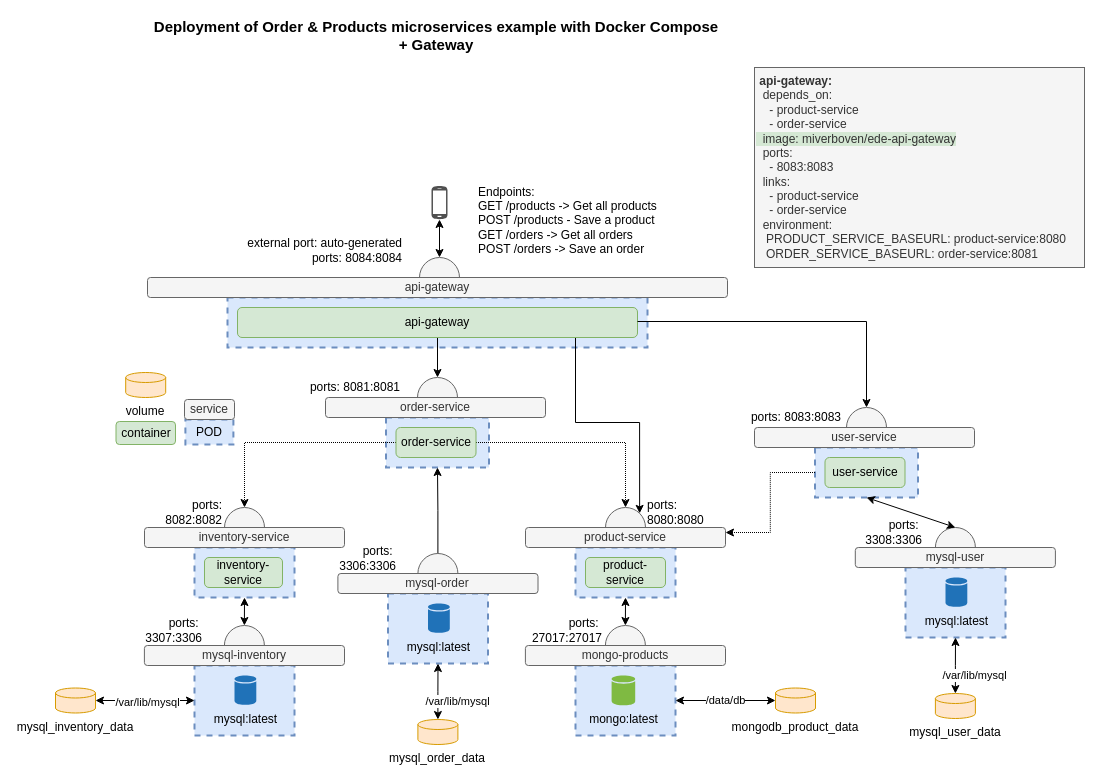
Before: Loadable API Diagram.drawio in matthiasvanrooy/ARprojectTM, a draw.io diagram. Source tidied: cells renumbered, new cells numbered last; positions are measured from the earlier drawing's top-left corner, leaving out a move shared by most shapes. Both pictures are drawn from the tidied source at 100%, with x=0, y=0 at pixel (55, 25).
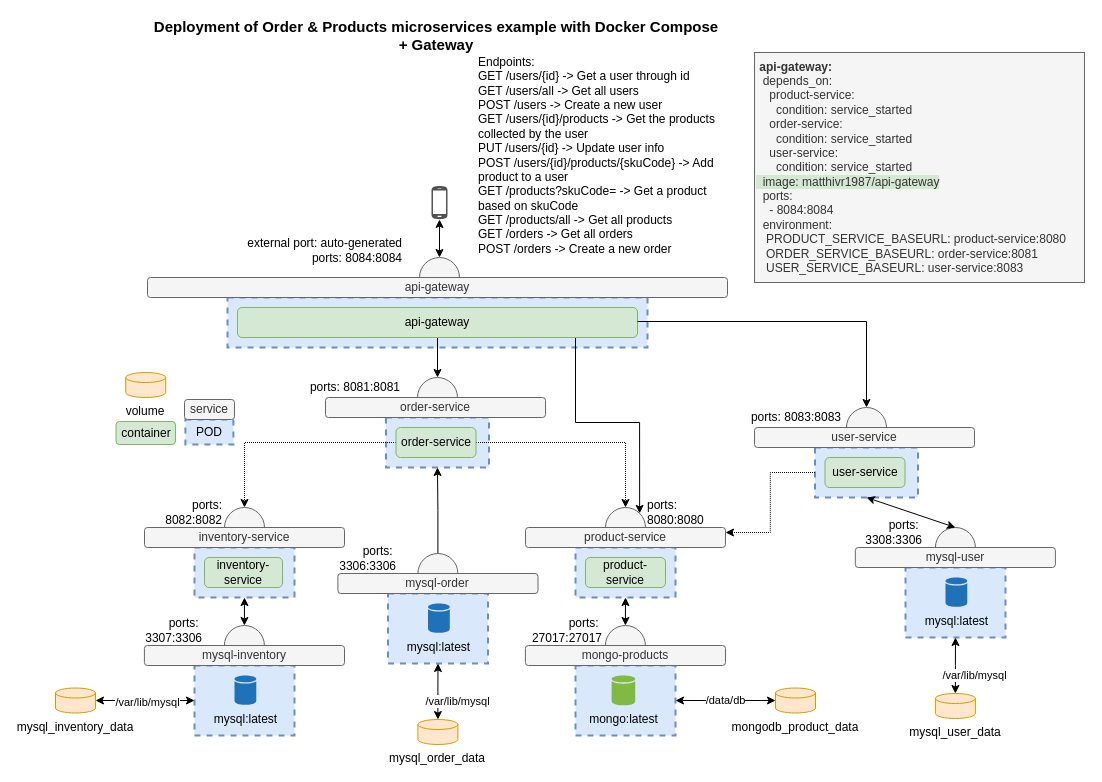
The same page after the edit.

Diff of the diagram source:
```diff
@@
-    <mxCell id="42" value="&lt;div&gt;&lt;b&gt;&amp;nbsp;api-gateway:&lt;/b&gt;&lt;/div&gt;&lt;div&gt;&amp;nbsp; depends_on:&lt;/div&gt;&lt;div&gt;&amp;nbsp; &amp;nbsp; - product-service&lt;/div&gt;&lt;div&gt;&amp;nbsp; &amp;nbsp; - order-service&lt;/div&gt;&lt;div&gt;&lt;span style=&quot;background-color: rgb(213, 232, 212);&quot;&gt;&amp;nbsp; image: miverboven/ede-api-gateway&lt;/span&gt;&lt;/div&gt;&lt;div&gt;&amp;nbsp; ports:&lt;/div&gt;&lt;div&gt;&amp;nbsp; &amp;nbsp; - 8083:8083&lt;/div&gt;&lt;div&gt;&amp;nbsp; links:&lt;/div&gt;&lt;div&gt;&amp;nbsp; &amp;nbsp; - product-service&lt;/div&gt;&lt;div&gt;&amp;nbsp; &amp;nbsp; - order-service&lt;/div&gt;&lt;div&gt;&amp;nbsp;&amp;nbsp;environment:&lt;br&gt;&lt;/div&gt;&lt;div&gt;&amp;nbsp; &amp;nbsp;PRODUCT_SERVICE_BASEURL: product-service:8080&lt;/div&gt;&lt;div&gt;&amp;nbsp; &amp;nbsp;ORDER_SERVICE_BASEURL: order-service:8081&lt;/div&gt;" style="text;html=1;align=left;verticalAlign=middle;strokeColor=#666666;fillColor=#f5f5f5;fontColor=#333333;" parent="1" vertex="1">
-      <mxGeometry x="699" y="42" width="330" height="200" as="geometry" />
+    <mxCell id="42" value="&lt;div&gt;&lt;b&gt;&amp;nbsp;api-gateway:&lt;/b&gt;&lt;/div&gt;&lt;div&gt;&amp;nbsp; depends_on:&lt;/div&gt;&lt;div&gt;&amp;nbsp; &amp;nbsp; product-service:&lt;/div&gt;&lt;div&gt;&amp;nbsp; &amp;nbsp; &amp;nbsp; condition: service_started&lt;/div&gt;&lt;div&gt;&amp;nbsp; &amp;nbsp; order-service:&lt;/div&gt;&lt;div&gt;&amp;nbsp; &amp;nbsp; &amp;nbsp; condition: service_started&lt;br&gt;&lt;/div&gt;&lt;div&gt;&amp;nbsp; &amp;nbsp; user-service:&lt;/div&gt;&lt;div&gt;&amp;nbsp; &amp;nbsp; &amp;nbsp; condition: service_started&lt;br&gt;&lt;/div&gt;&lt;div&gt;&lt;span style=&quot;background-color: rgb(213, 232, 212);&quot;&gt;&amp;nbsp; image: matthivr1987/api-gateway&lt;/span&gt;&lt;/div&gt;&lt;div&gt;&amp;nbsp; ports:&lt;/div&gt;&lt;div&gt;&amp;nbsp; &amp;nbsp; - 8084:8084&lt;/div&gt;&lt;div&gt;&amp;nbsp;&amp;nbsp;environment:&lt;br&gt;&lt;/div&gt;&lt;div&gt;&amp;nbsp; &amp;nbsp;PRODUCT_SERVICE_BASEURL: product-service:8080&lt;/div&gt;&lt;div&gt;&amp;nbsp; &amp;nbsp;ORDER_SERVICE_BASEURL: order-service:8081&lt;/div&gt;&lt;div&gt;&amp;nbsp; &amp;nbsp;USER_SERVICE_BASEURL: user-service:8083&lt;/div&gt;" style="text;html=1;align=left;verticalAlign=middle;strokeColor=#666666;fillColor=#f5f5f5;fontColor=#333333;" parent="1" vertex="1">
+      <mxGeometry x="699" y="27" width="330" height="230" as="geometry" />
     </mxCell>
@@
-    <mxCell id="60" value="Endpoints:&lt;br&gt;GET /products -&amp;gt; Get all products&lt;br&gt;POST /products - Save a product&lt;br&gt;GET /orders -&amp;gt; Get all orders&lt;br&gt;POST /orders -&amp;gt; Save an order" style="text;html=1;strokeColor=none;fillColor=none;align=left;verticalAlign=middle;whiteSpace=wrap;rounded=0;" parent="1" vertex="1">
-      <mxGeometry x="420.5" y="150" width="240" height="90" as="geometry" />
+    <mxCell id="60" value="Endpoints:&lt;div&gt;GET /users/{id} -&amp;gt; Get a user through id&lt;br&gt;GET /users/all -&amp;gt; Get all users&lt;div&gt;&lt;div&gt;POST /users -&amp;gt; Create a new user&lt;/div&gt;&lt;/div&gt;&lt;/div&gt;&lt;div&gt;GET /users/{id}/products -&amp;gt; Get the products collected by the user&lt;/div&gt;&lt;div&gt;PUT /users/{id} -&amp;gt; Update user info&lt;/div&gt;&lt;div&gt;POST /users/{id}/products/{skuCode} -&amp;gt; Add product to a user&lt;/div&gt;&lt;div&gt;GET /products?skuCode= -&amp;gt; Get a product based on skuCode&lt;/div&gt;&lt;div&gt;GET /products/all -&amp;gt; Get all products&lt;/div&gt;&lt;div&gt;GET /orders -&amp;gt; Get all orders&lt;/div&gt;&lt;div&gt;POST /orders -&amp;gt; Create a new order&lt;/div&gt;" style="text;html=1;strokeColor=none;fillColor=none;align=left;verticalAlign=middle;whiteSpace=wrap;rounded=0;" parent="1" vertex="1">
+      <mxGeometry x="420.5" y="20" width="240" height="220" as="geometry" />
     </mxCell>
```
